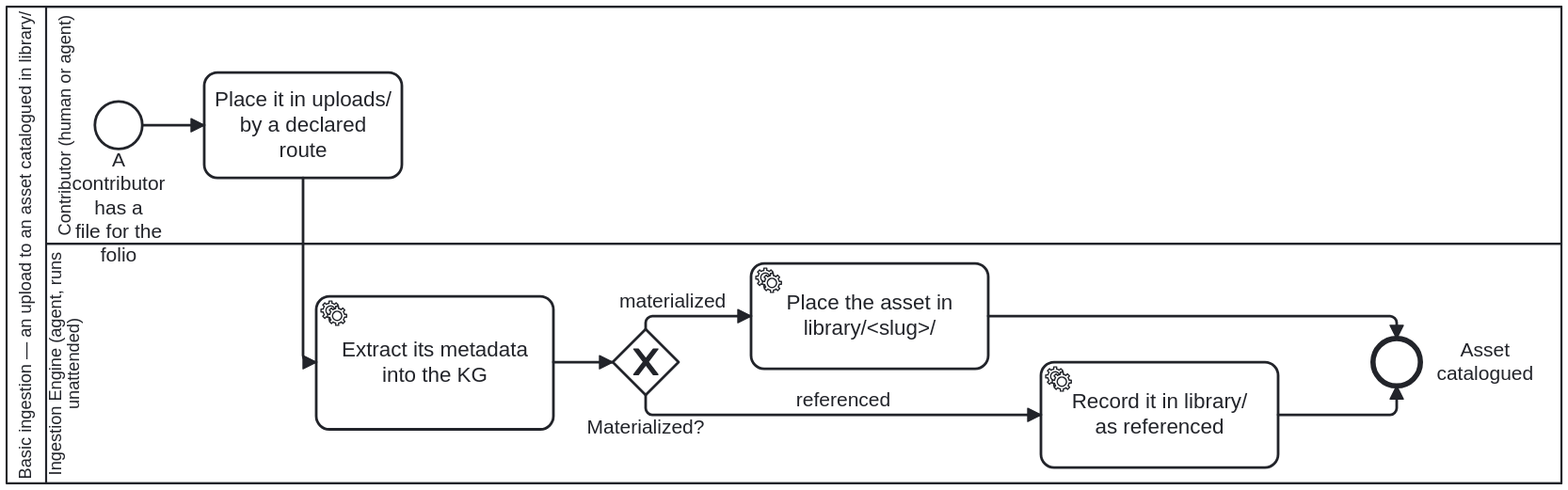
This is docs/assets/img/workflows/document-ingestion.svg from litlfred/cat-harness, a BPMN export, as it was before one commit. Its source is kept beside it as processes/library/document-ingestion.bpmn. Ids are renumbered.
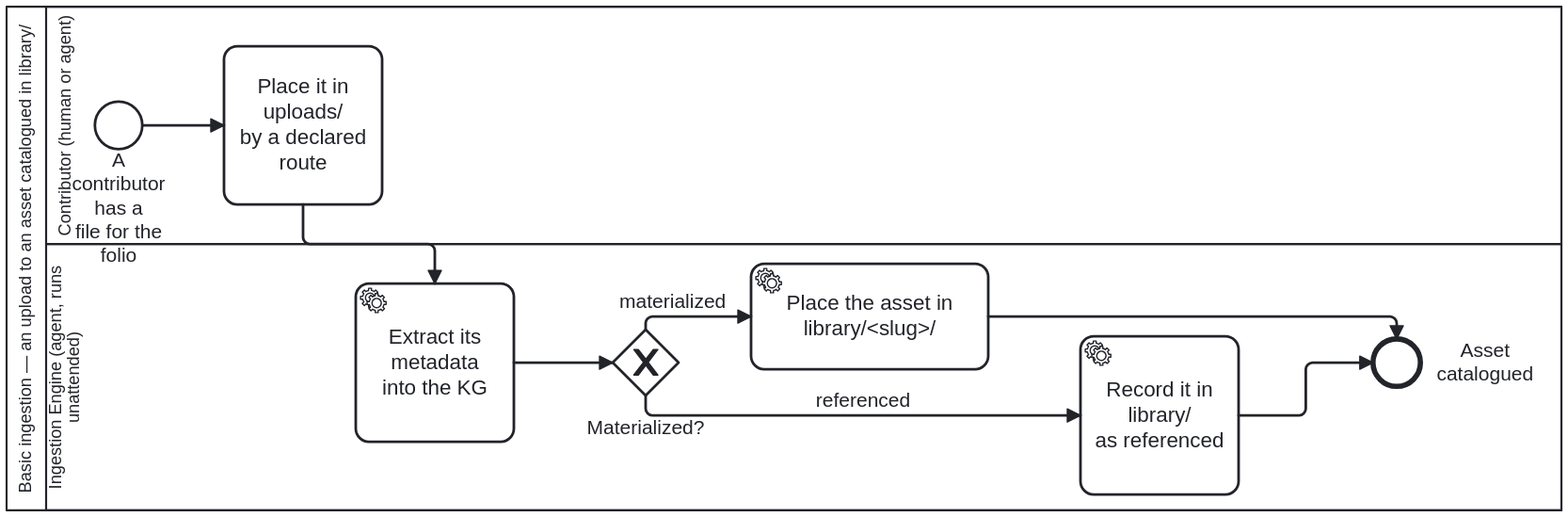
The same file after the commit.

The edit, as a diff of the source:
```diff
@@ -140,28 +140,32 @@
   </bpmn:process>
   <bpmndi:BPMNDiagram id="Diagram_Ingestion">
     <bpmndi:BPMNPlane id="Plane_Ingestion" bpmnElement="Collaboration_Ingestion">
-      <bpmndi:BPMNShape id="Participant_Ingestion_di" bpmnElement="Participant_Ingestion" isHorizontal="true"><dc:Bounds x="160" y="80" width="1180" height="362" /></bpmndi:BPMNShape>
+      <bpmndi:BPMNShape id="Participant_Ingestion_di" bpmnElement="Participant_Ingestion" isHorizontal="true"><dc:Bounds x="160" y="80" width="1180" height="382" /></bpmndi:BPMNShape>
       <bpmndi:BPMNShape id="Lane_0_di" bpmnElement="Lane_0" isHorizontal="true"><dc:Bounds x="190" y="80" width="1150" height="180" /></bpmndi:BPMNShape>
-      <bpmndi:BPMNShape id="Lane_1_di" bpmnElement="Lane_1" isHorizontal="true"><dc:Bounds x="190" y="260" width="1150" height="182" /></bpmndi:BPMNShape>
+      <bpmndi:BPMNShape id="Lane_1_di" bpmnElement="Lane_1" isHorizontal="true"><dc:Bounds x="190" y="260" width="1150" height="202" /></bpmndi:BPMNShape>
       <bpmndi:BPMNShape id="StartEvent_Dropped_di" bpmnElement="StartEvent_Dropped"><dc:Bounds x="227" y="152" width="36" height="36" /></bpmndi:BPMNShape>
-      <bpmndi:BPMNShape id="Task_Place_di" bpmnElement="Task_Place"><dc:Bounds x="310" y="130" width="150" height="80" /></bpmndi:BPMNShape>
-      <bpmndi:BPMNShape id="Task_ExtractMetadata_di" bpmnElement="Task_ExtractMetadata"><dc:Bounds x="395" y="299.5" width="180" height="101" /></bpmndi:BPMNShape>
+      <bpmndi:BPMNShape id="Task_Place_di" bpmnElement="Task_Place"><dc:Bounds x="325" y="110" width="120" height="120" /></bpmndi:BPMNShape>
+      <bpmndi:BPMNShape id="Task_ExtractMetadata_di" bpmnElement="Task_ExtractMetadata"><dc:Bounds x="425" y="290" width="120" height="120" /></bpmndi:BPMNShape>
       <bpmndi:BPMNShape id="Gateway_Materialized_di" bpmnElement="Gateway_Materialized" isMarkerVisible="true"><dc:Bounds x="620" y="325" width="50" height="50" />
-        <bpmndi:BPMNLabel><dc:Bounds x="600" y="390.5" width="90" height="17" /></bpmndi:BPMNLabel>
-      </bpmndi:BPMNShape>
+
+      <bpmndi:BPMNLabel><dc:Bounds x="600" y="390.5" width="90" height="17" /></bpmndi:BPMNLabel></bpmndi:BPMNShape>
       <bpmndi:BPMNShape id="Task_PlaceInLibrary_di" bpmnElement="Task_PlaceInLibrary"><dc:Bounds x="725" y="275" width="180" height="80" /></bpmndi:BPMNShape>
-      <bpmndi:BPMNShape id="Task_CatalogueReference_di" bpmnElement="Task_CatalogueReference"><dc:Bounds x="945" y="350" width="180" height="80" /></bpmndi:BPMNShape>
+      <bpmndi:BPMNShape id="Task_CatalogueReference_di" bpmnElement="Task_CatalogueReference"><dc:Bounds x="975" y="330" width="120" height="120" /></bpmndi:BPMNShape>
       <bpmndi:BPMNShape id="EndEvent_Catalogued_di" bpmnElement="EndEvent_Catalogued"><dc:Bounds x="1197" y="332" width="36" height="36" />
 
       <bpmndi:BPMNLabel><dc:Bounds x="1237" y="332" width="90" height="36" /></bpmndi:BPMNLabel></bpmndi:BPMNShape>
-      <bpmndi:BPMNEdge id="Flow_i1_di" bpmnElement="Flow_i1"><di:waypoint x="263" y="170" /><di:waypoint x="310" y="170" /></bpmndi:BPMNEdge>
+      <bpmndi:BPMNEdge id="Flow_i1_di" bpmnElement="Flow_i1">
+        <di:waypoint x="263" y="170" />
+        <di:waypoint x="325" y="170" />
+      </bpmndi:BPMNEdge>
       <bpmndi:BPMNEdge id="Flow_i2_di" bpmnElement="Flow_i2">
-        <di:waypoint x="385" y="210" />
-        <di:waypoint x="385" y="350" />
-        <di:waypoint x="395" y="350" />
+        <di:waypoint x="385" y="230" />
+        <di:waypoint x="385" y="260" />
+        <di:waypoint x="485" y="260" />
+        <di:waypoint x="485" y="290" />
       </bpmndi:BPMNEdge>
       <bpmndi:BPMNEdge id="Flow_i3_di" bpmnElement="Flow_i3">
-        <di:waypoint x="575" y="350" />
+        <di:waypoint x="545" y="350" />
         <di:waypoint x="620" y="350" />
       </bpmndi:BPMNEdge>
       <bpmndi:BPMNEdge id="Flow_held_di" bpmnElement="Flow_held">
@@ -173,8 +177,8 @@
       <bpmndi:BPMNEdge id="Flow_referenced_di" bpmnElement="Flow_referenced">
         <di:waypoint x="645" y="375" />
         <di:waypoint x="645" y="390" />
-        <di:waypoint x="945" y="390" />
-        <bpmndi:BPMNLabel><dc:Bounds x="750" y="370" width="90" height="17" /></bpmndi:BPMNLabel>
+        <di:waypoint x="975" y="390" />
+        <bpmndi:BPMNLabel><dc:Bounds x="765" y="370" width="90" height="17" /></bpmndi:BPMNLabel>
       </bpmndi:BPMNEdge>
       <bpmndi:BPMNEdge id="Flow_held_done_di" bpmnElement="Flow_held_done">
         <di:waypoint x="905" y="315" />
@@ -182,9 +186,10 @@
         <di:waypoint x="1215" y="332" />
       </bpmndi:BPMNEdge>
       <bpmndi:BPMNEdge id="Flow_referenced_done_di" bpmnElement="Flow_referenced_done">
-        <di:waypoint x="1125" y="390" />
-        <di:waypoint x="1215" y="390" />
-        <di:waypoint x="1215" y="368" />
+        <di:waypoint x="1095" y="390" />
+        <di:waypoint x="1146" y="390" />
+        <di:waypoint x="1146" y="350" />
+        <di:waypoint x="1197" y="350" />
       </bpmndi:BPMNEdge>
     </bpmndi:BPMNPlane>
   </bpmndi:BPMNDiagram>
```
